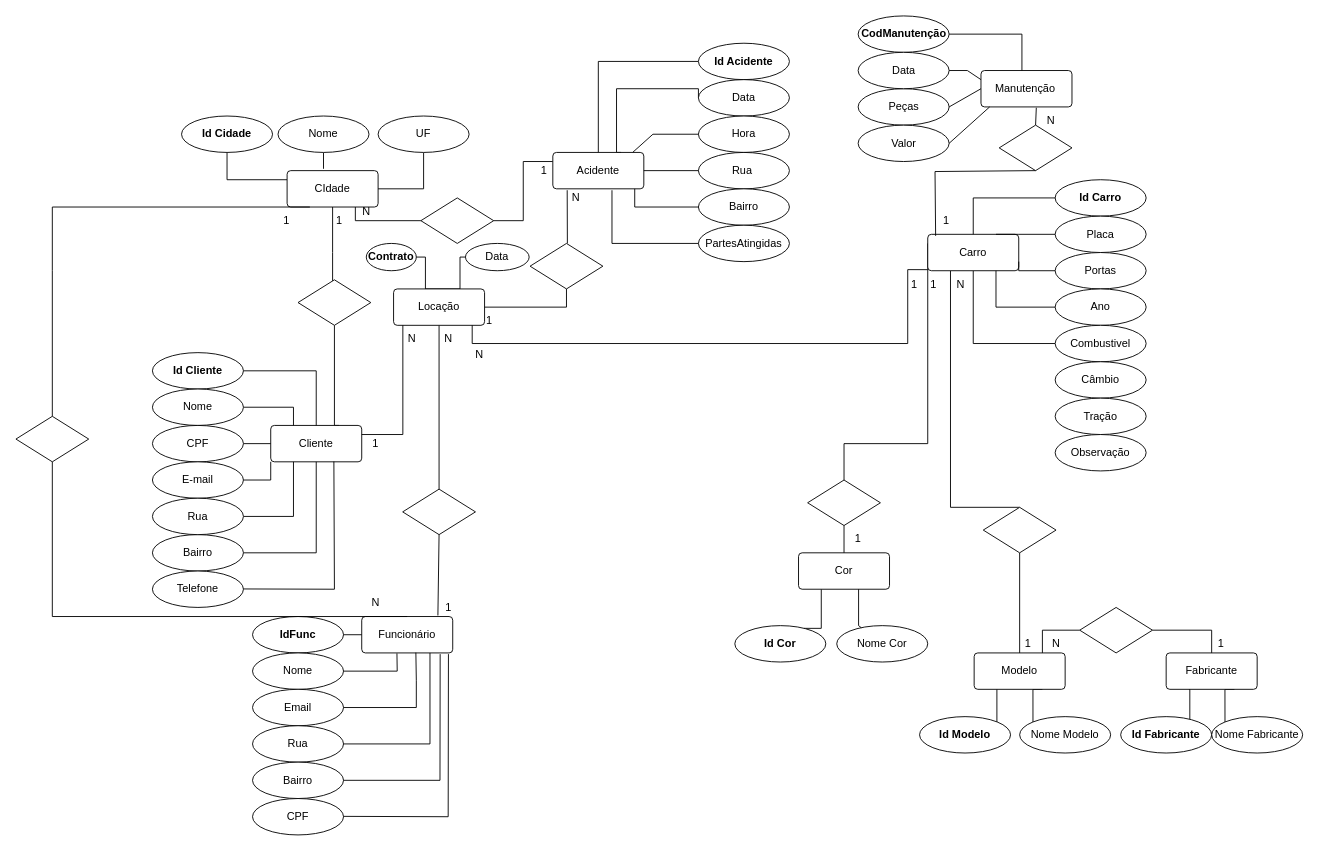
Jessicabm61/BancoDeDados keeps this draw.io diagram as Diagrama Seguradora de Automóveis.drawio. Above is the earlier version. Source tidied: cells renumbered, new cells numbered last; positions are measured from the earlier drawing's top-left corner, leaving out a move shared by most shapes. Both pictures are drawn from the tidied source at 91%, with x=0, y=0 at pixel (15, 15).
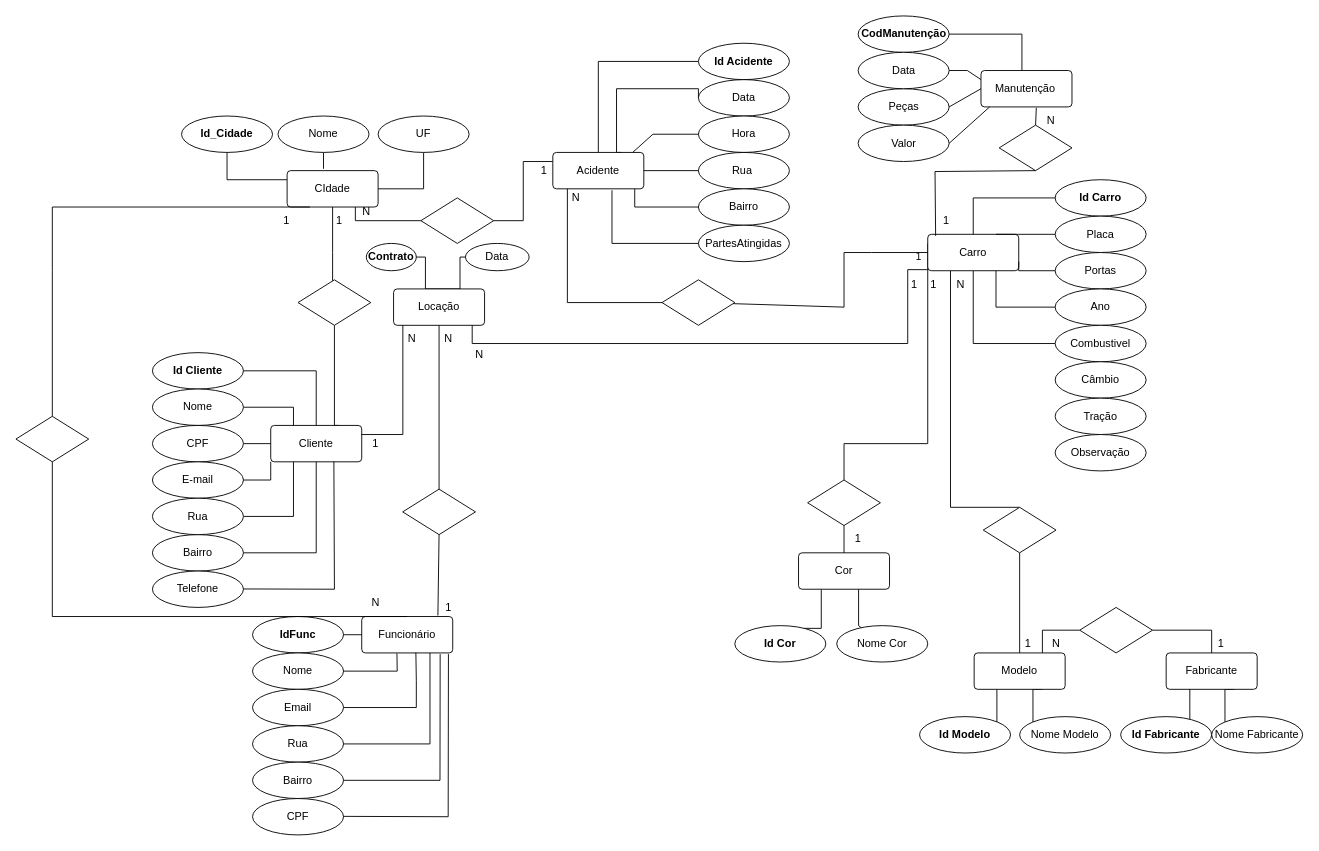
After the change.

The change refers to these unchanged cells:
```xml
<mxCell id="27" value="Carro" style="rounded=1;arcSize=10;whiteSpace=wrap;html=1;align=center;" parent="1" vertex="1">
  <mxGeometry x="1002" y="240" width="100" height="40" as="geometry" />
</mxCell>
<mxCell id="68" value="Acidente" style="rounded=1;arcSize=10;whiteSpace=wrap;html=1;align=center;" parent="1" vertex="1">
  <mxGeometry x="590" y="150" width="100" height="40" as="geometry" />
</mxCell>
<mxCell id="108" value="Locação" style="rounded=1;arcSize=10;whiteSpace=wrap;html=1;align=center;" parent="1" vertex="1">
  <mxGeometry x="415" y="300" width="100" height="40" as="geometry" />
</mxCell>
```

The edit, as a diff of the source:
```diff
@@
-    <mxCell id="19" value="&lt;b&gt;Id Cidade&lt;/b&gt;" style="ellipse;whiteSpace=wrap;html=1;align=center;" parent="1" vertex="1">
+    <mxCell id="19" value="&lt;b&gt;Id_Cidade&lt;/b&gt;" style="ellipse;whiteSpace=wrap;html=1;align=center;" parent="1" vertex="1">
       <mxGeometry x="182" y="110" width="100" height="40" as="geometry" />
     </mxCell>
@@
-    <mxCell id="74" style="rhombus;whiteSpace=wrap;html=1;" parent="1" vertex="1">
-      <mxGeometry x="565" y="250" width="80" height="50" as="geometry" />
-    </mxCell>
@@
-    <mxCell id="140" style="endArrow=none;html=1;rounded=0;exitX=0.158;exitY=1.038;exitDx=0;exitDy=0;exitPerimeter=0;" parent="1" edge="1" source="68">
+    <mxCell id="140" style="endArrow=none;html=1;rounded=0;entryX=0;entryY=0.5;entryDx=0;entryDy=0;" parent="1" edge="1" target="143">
       <mxGeometry relative="1" as="geometry">
-        <mxPoint x="606" y="250" as="targetPoint" />
+        <mxPoint x="606" y="190" as="sourcePoint" />
+        <Array as="points">
+          <mxPoint x="606" y="315" />
+        </Array>
       </mxGeometry>
     </mxCell>
-    <mxCell id="141" style="endArrow=none;html=1;rounded=0;entryX=0.5;entryY=1;entryDx=0;entryDy=0;" parent="1" edge="1" source="108" target="74">
-      <mxGeometry relative="1" as="geometry">
-        <Array as="points">
-          <mxPoint x="605" y="320" />
-        </Array>
-      </mxGeometry>
-    </mxCell>
-    <mxCell id="142" value="1" style="text;html=1;align=center;verticalAlign=middle;strokeColor=none;fillColor=none;" parent="1" vertex="1">
-      <mxGeometry x="505" y="320" width="30" height="30" as="geometry" />
+    <mxCell id="142" value="&lt;font style=&quot;font-size: 11px;&quot;&gt;1&lt;/font&gt;" style="text;html=1;align=center;verticalAlign=middle;strokeColor=none;fillColor=none;" parent="1" vertex="1">
+      <mxGeometry x="977" y="250" width="30" height="30" as="geometry" />
     </mxCell>
+    <mxCell id="143" style="rhombus;whiteSpace=wrap;html=1;" parent="1" vertex="1">
+      <mxGeometry x="710" y="290" width="80" height="50" as="geometry" />
+    </mxCell>
+    <mxCell id="144" style="endArrow=none;html=1;rounded=0;" parent="1" edge="1" source="143" target="27">
+      <mxGeometry relative="1" as="geometry">
+        <Array as="points">
+          <mxPoint x="910" y="320" />
+          <mxPoint x="910" y="260" />
+          <mxPoint x="940" y="260" />
+        </Array>
+      </mxGeometry>
+    </mxCell>
```
